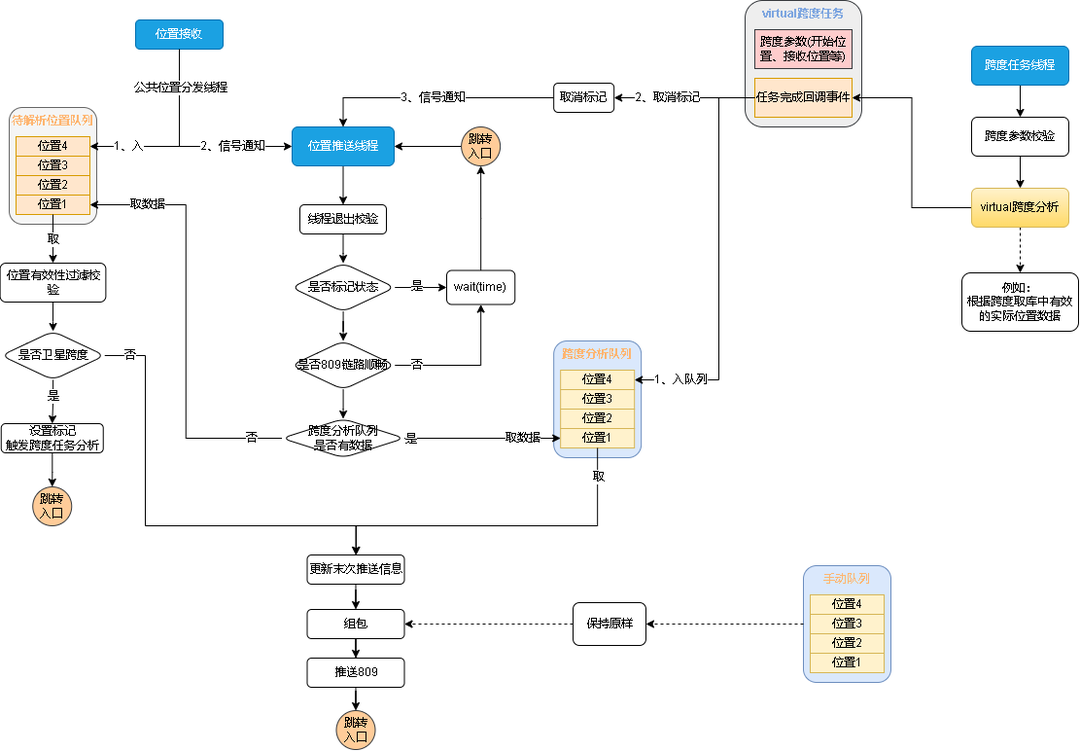
Above: 809数据跨度.drawio.png in xktder/draw (draw.io), before the change. Source tidied: cells renumbered, new cells last; positions are measured from the earlier drawing's top-left corner, leaving out a move shared by most shapes.
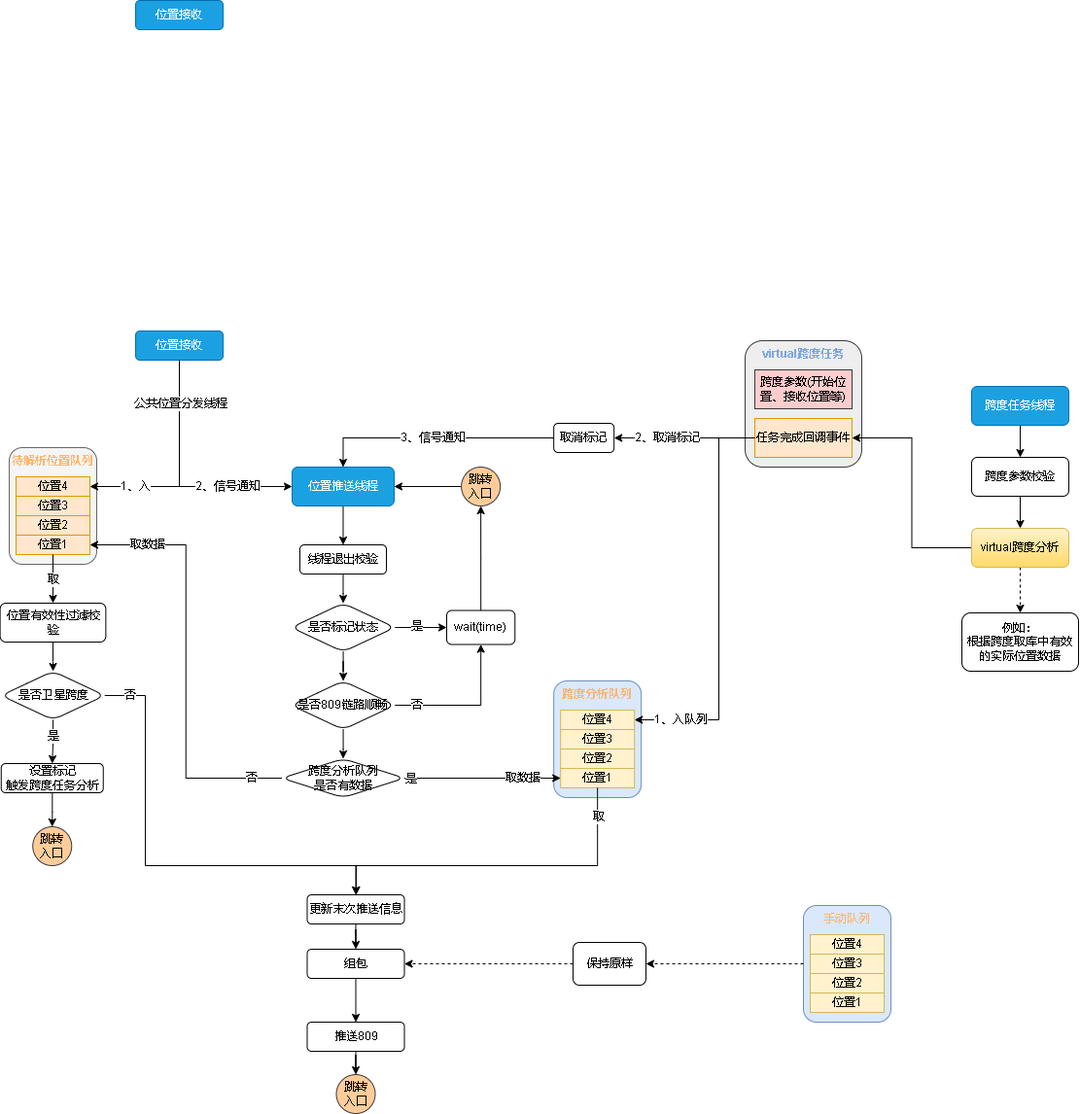
Later version of the same file.

Commit message:
更新809数据跨度.drawio.png

Change to the diagram source:
```diff
@@ -16,7 +16,7 @@
       </mxGeometry>
     </mxCell>
     <mxCell id="4" value="位置接收" style="rounded=1;whiteSpace=wrap;html=1;fillColor=#1ba1e2;fontColor=#ffffff;strokeColor=#006EAF;" parent="1" vertex="1">
-      <mxGeometry x="139" y="20" width="90" height="30" as="geometry" />
+      <mxGeometry x="139" y="-10" width="90" height="30" as="geometry" />
     </mxCell>
     <mxCell id="5" style="group;" parent="1" vertex="1">
       <mxGeometry x="9" y="110" width="90" height="120" as="geometry" />
@@ -171,7 +171,7 @@
       <mxGeometry relative="1" as="geometry" />
     </mxCell>
     <mxCell id="48" value="推送809" style="rounded=1;whiteSpace=wrap;html=1;fontColor=#000000;" parent="1" vertex="1">
-      <mxGeometry x="315.5" y="676" width="100" height="30" as="geometry" />
+      <mxGeometry x="315.5" y="701" width="100" height="30" as="geometry" />
     </mxCell>
     <mxCell id="49" style="edgeStyle=orthogonalEdgeStyle;rounded=0;jettySize=auto;html=1;fontColor=#000000;entryX=0.5;entryY=0;entryDx=0;entryDy=0;" parent="1" edge="1" source="53" target="59">
       <mxGeometry relative="1" as="geometry" />
@@ -224,7 +224,7 @@
       <mxGeometry x="33.2" y="500" width="40" height="40" as="geometry" />
     </mxCell>
     <mxCell id="63" value="跳转&lt;br&gt;入口" style="ellipse;whiteSpace=wrap;html=1;fillColor=#ffcc99;strokeColor=#36393d;" parent="1" vertex="1">
-      <mxGeometry x="345.5" y="730" width="40" height="40" as="geometry" />
+      <mxGeometry x="345.5" y="755" width="40" height="40" as="geometry" />
     </mxCell>
     <mxCell id="64" style="group;" parent="1" vertex="1">
       <mxGeometry x="826" y="581" width="90" height="120" as="geometry" />
@@ -321,5 +321,8 @@
     <mxCell id="91" style="edgeStyle=orthogonalEdgeStyle;rounded=0;jettySize=auto;html=1;dashed=1;fontColor=#7EA6E0;" parent="1" edge="1" source="65" target="90">
       <mxGeometry relative="1" as="geometry" />
     </mxCell>
+    <mxCell id="92" value="位置接收" style="rounded=1;whiteSpace=wrap;html=1;fillColor=#1ba1e2;fontColor=#ffffff;strokeColor=#006EAF;" parent="1" vertex="1">
+      <mxGeometry x="139" y="-350" width="90" height="30" as="geometry" />
+    </mxCell>
   </root>
 </mxGraphModel>
```
